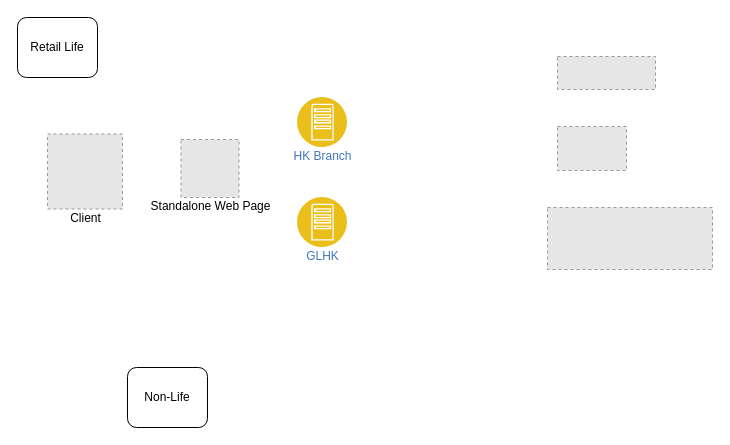
whalebig27/change-request-process-diagram keeps this draw.io diagram as Digital_Payment_Gateway.drawio. Above is the earlier version. Source tidied: cells renumbered, new cells numbered last; positions are measured from the earlier drawing's top-left corner, leaving out a move shared by most shapes. Both pictures are drawn from the tidied source at 100%, with x=0, y=0 at pixel (17, 17). Pictures stored in the file or linked from it are replaced by grey dashed boxes.
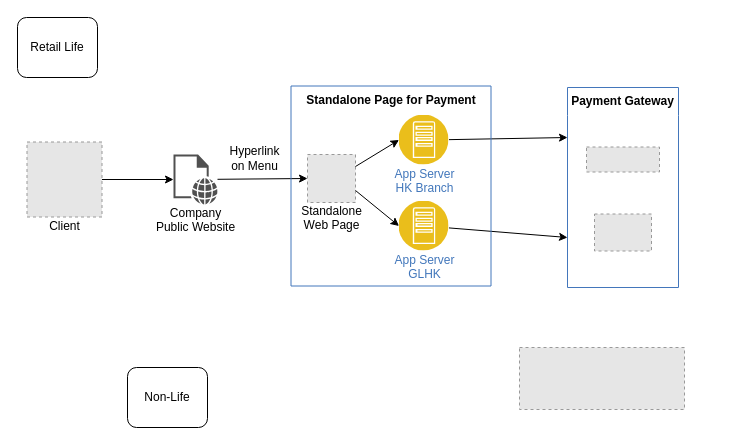
Above is the later version.

Diff of the diagram source:
```diff
@@
-    <mxCell id="2" style="fillColor=#E6E6E6;strokeColor=#999999;dashed=1;verticalLabelPosition=bottom;labelBackgroundColor=#ffffff;verticalAlign=top;" parent="1" vertex="1">
-      <mxGeometry x="540" y="39" width="98" height="33" as="geometry" />
-    </mxCell>
-    <mxCell id="3" style="fillColor=#E6E6E6;strokeColor=#999999;dashed=1;verticalLabelPosition=bottom;labelBackgroundColor=#ffffff;verticalAlign=top;" parent="1" vertex="1">
-      <mxGeometry x="540" y="109" width="69" height="44" as="geometry" />
-    </mxCell>
     <mxCell id="4" style="fillColor=#E6E6E6;strokeColor=#999999;dashed=1;verticalLabelPosition=bottom;labelBackgroundColor=#ffffff;verticalAlign=top;" parent="1" vertex="1">
-      <mxGeometry x="530" y="190" width="165" height="62" as="geometry" />
+      <mxGeometry x="502" y="330" width="165" height="62" as="geometry" />
     </mxCell>
+    <mxCell id="11" style="edgeStyle=none;rounded=0;jettySize=auto;html=1;" parent="1" edge="1" source="5" target="14">
+      <mxGeometry relative="1" as="geometry" />
+    </mxCell>
     <mxCell id="5" value="Client" style="fillColor=#E6E6E6;strokeColor=#999999;dashed=1;html=1;verticalAlign=top;verticalLabelPosition=bottom;labelBackgroundColor=#ffffff;spacingTop=-5;" parent="1" vertex="1">
-      <mxGeometry x="30" y="116.5" width="75" height="75" as="geometry" />
+      <mxGeometry x="9.5" y="124.5" width="75" height="75" as="geometry" />
     </mxCell>
@@
+    <mxCell id="12" style="edgeStyle=none;rounded=0;jettySize=auto;html=1;entryX=0;entryY=0.25;entryDx=0;entryDy=0;" parent="1" edge="1" source="8" target="15">
+      <mxGeometry relative="1" as="geometry" />
+    </mxCell>
+    <mxCell id="13" style="edgeStyle=none;rounded=0;jettySize=auto;html=1;entryX=0;entryY=0.75;entryDx=0;entryDy=0;" parent="1" edge="1" source="9" target="15">
+      <mxGeometry relative="1" as="geometry" />
+    </mxCell>
+    <mxCell id="14" value="Company &lt;br&gt;Public Website" style="shadow=0;dashed=0;html=1;strokeColor=none;fillColor=#505050;labelPosition=center;verticalLabelPosition=bottom;verticalAlign=top;outlineConnect=0;align=center;shape=mxgraph.office.concepts.web_page;spacingTop=-5;" parent="1" vertex="1">
+      <mxGeometry x="156" y="137" width="44" height="50" as="geometry" />
+    </mxCell>
+    <mxCell id="15" value="Payment Gateway" style="swimlane;fontStyle=1;horizontal=1;startSize=28;swimlaneLine=0;swimlaneFillColor=none;fillColor=none;rounded=0;whiteSpace=wrap;html=1;absoluteArcSize=1;arcSize=0;strokeColor=#4376BB;fontColor=#000000;verticalAlign=top;align=center;spacingLeft=0;dashed=0;strokeWidth=1;" parent="1" vertex="1">
+      <mxGeometry x="550" y="70" width="111" height="200" as="geometry" />
+    </mxCell>
+    <mxCell id="2" style="fillColor=#E6E6E6;strokeColor=#999999;dashed=1;verticalLabelPosition=bottom;labelBackgroundColor=#ffffff;verticalAlign=top;" parent="15" vertex="1">
+      <mxGeometry x="19" y="59.5" width="73" height="25" as="geometry" />
+    </mxCell>
+    <mxCell id="3" style="fillColor=#E6E6E6;strokeColor=#999999;dashed=1;verticalLabelPosition=bottom;labelBackgroundColor=#ffffff;verticalAlign=top;" parent="15" vertex="1">
+      <mxGeometry x="27" y="126.5" width="57" height="37" as="geometry" />
+    </mxCell>
+    <mxCell id="16" style="rounded=0;jettySize=auto;html=1;entryX=0;entryY=0.5;entryDx=0;entryDy=0;" parent="1" edge="1" source="14" target="10">
+      <mxGeometry relative="1" as="geometry" />
+    </mxCell>
+    <mxCell id="17" value="Hyperlink &lt;br&gt;on Menu" style="text;html=1;align=center;verticalAlign=middle;labelBackgroundColor=#ffffff;" parent="16" vertex="1">
+      <mxGeometry x="0.34" relative="1" as="geometry">
+        <mxPoint x="-23" y="-21" as="offset" />
+      </mxGeometry>
+    </mxCell>
+    <mxCell id="18" value="&lt;b&gt;Standalone Page for Payment&lt;/b&gt;" style="swimlane;fontStyle=0;horizontal=1;startSize=28;swimlaneLine=0;swimlaneFillColor=none;fillColor=none;rounded=0;whiteSpace=wrap;html=1;absoluteArcSize=1;arcSize=0;strokeColor=#4376BB;fontColor=#000000;verticalAlign=top;align=center;spacingLeft=0;dashed=0;strokeWidth=1;" parent="1" vertex="1">
+      <mxGeometry x="273.5" y="68.5" width="200" height="200" as="geometry" />
+    </mxCell>
+    <mxCell id="10" value="Standalone &lt;br&gt;Web Page" style="fillColor=#E6E6E6;strokeColor=#999999;dashed=1;html=1;verticalAlign=top;verticalLabelPosition=bottom;labelBackgroundColor=#ffffff;spacingTop=-5;" parent="18" vertex="1">
+      <mxGeometry x="16.5" y="68.5" width="48" height="48" as="geometry" />
+    </mxCell>
+    <mxCell id="9" value="App Server&lt;br&gt;GLHK" style="perimeter=ellipsePerimeter;html=1;align=center;shadow=0;dashed=0;fontColor=#4277BB;labelBackgroundColor=#ffffff;fontSize=12;spacingTop=-5;image;image=img/lib/ibm/applications/app_server.svg;" parent="18" vertex="1">
+      <mxGeometry x="108" y="115" width="50" height="50" as="geometry" />
+    </mxCell>
+    <mxCell id="19" style="rounded=0;jettySize=auto;html=1;exitX=1;exitY=0.75;exitDx=0;exitDy=0;entryX=0;entryY=0.5;entryDx=0;entryDy=0;" parent="18" edge="1" source="10" target="9">
+      <mxGeometry relative="1" as="geometry" />
+    </mxCell>
-    <mxCell id="8" value="HK Branch" style="perimeter=ellipsePerimeter;html=1;align=center;shadow=0;dashed=0;fontColor=#4277BB;labelBackgroundColor=#ffffff;fontSize=12;spacingTop=-5;image;image=img/lib/ibm/applications/app_server.svg;" parent="1" vertex="1">
-      <mxGeometry x="280" y="80" width="50" height="50" as="geometry" />
+    <mxCell id="8" value="App Server&lt;br&gt;HK Branch" style="perimeter=ellipsePerimeter;html=1;align=center;shadow=0;dashed=0;fontColor=#4277BB;labelBackgroundColor=#ffffff;fontSize=12;spacingTop=-5;image;image=img/lib/ibm/applications/app_server.svg;" parent="18" vertex="1">
+      <mxGeometry x="108" y="29" width="50" height="50" as="geometry" />
     </mxCell>
-    <mxCell id="9" value="GLHK" style="perimeter=ellipsePerimeter;html=1;align=center;shadow=0;dashed=0;fontColor=#4277BB;labelBackgroundColor=#ffffff;fontSize=12;spacingTop=-5;image;image=img/lib/ibm/applications/app_server.svg;" parent="1" vertex="1">
-      <mxGeometry x="280" y="180" width="50" height="50" as="geometry" />
-    </mxCell>
-    <mxCell id="10" value="Standalone Web Page" style="fillColor=#E6E6E6;strokeColor=#999999;dashed=1;html=1;verticalAlign=top;verticalLabelPosition=bottom;labelBackgroundColor=#ffffff;spacingTop=-5;" parent="1" vertex="1">
-      <mxGeometry x="163.5" y="122" width="58" height="58" as="geometry" />
-    </mxCell>
+    <mxCell id="20" style="rounded=0;jettySize=auto;html=1;exitX=1;exitY=0.25;exitDx=0;exitDy=0;entryX=0;entryY=0.5;entryDx=0;entryDy=0;" parent="18" edge="1" source="10" target="8">
+      <mxGeometry relative="1" as="geometry" />
+    </mxCell>
```
